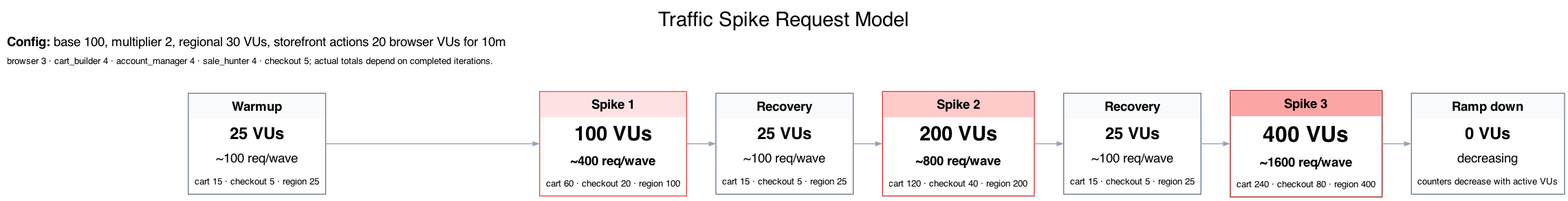
Earlier version of the Graphviz export docs/graphviz/traffic-spike-request-cards.png (orenlion1/ensemble-retail). Its source is kept beside it as docs/graphviz/traffic-spike-request-cards.dot.
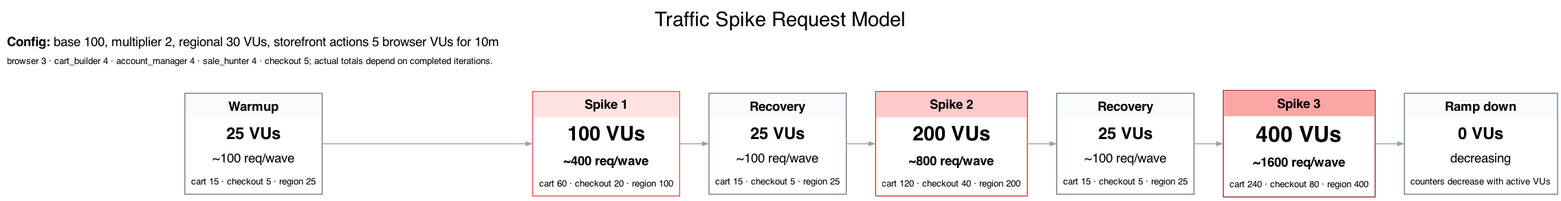
The same diagram one commit later.

What changed in the source:
```diff
@@ -25,7 +25,7 @@
     <TABLE BORDER="1" CELLBORDER="0" CELLSPACING="0" CELLPADDING="6" COLOR="#64748b"><TR><TD BGCOLOR="#f8fafc"><B>Ramp down</B></TD></TR><TR><TD><FONT POINT-SIZE="18"><B>0 VUs</B></FONT></TD></TR><TR><TD>decreasing</TD></TR><TR><TD><FONT POINT-SIZE="10">counters decrease with active VUs</FONT></TD></TR></TABLE>
   >];
   legend [label=<
-    <TABLE BORDER="0" CELLBORDER="0" CELLSPACING="0" CELLPADDING="4"><TR><TD ALIGN="LEFT"><B>Config:</B> base 100, multiplier 2, regional 30 VUs, storefront actions 20 browser VUs for 10m</TD></TR><TR><TD ALIGN="LEFT"><FONT POINT-SIZE="10">browser 3 · cart_builder 4 · account_manager 4 · sale_hunter 4 · checkout 5; actual totals depend on completed iterations.</FONT></TD></TR></TABLE>
+    <TABLE BORDER="0" CELLBORDER="0" CELLSPACING="0" CELLPADDING="4"><TR><TD ALIGN="LEFT"><B>Config:</B> base 100, multiplier 2, regional 30 VUs, storefront actions 5 browser VUs for 10m</TD></TR><TR><TD ALIGN="LEFT"><FONT POINT-SIZE="10">browser 3 · cart_builder 4 · account_manager 4 · sale_hunter 4 · checkout 5; actual totals depend on completed iterations.</FONT></TD></TR></TABLE>
   >];
 
   warmup -> spike1 -> recovery1 -> spike2 -> recovery2 -> spike3 -> rampdown;
```
